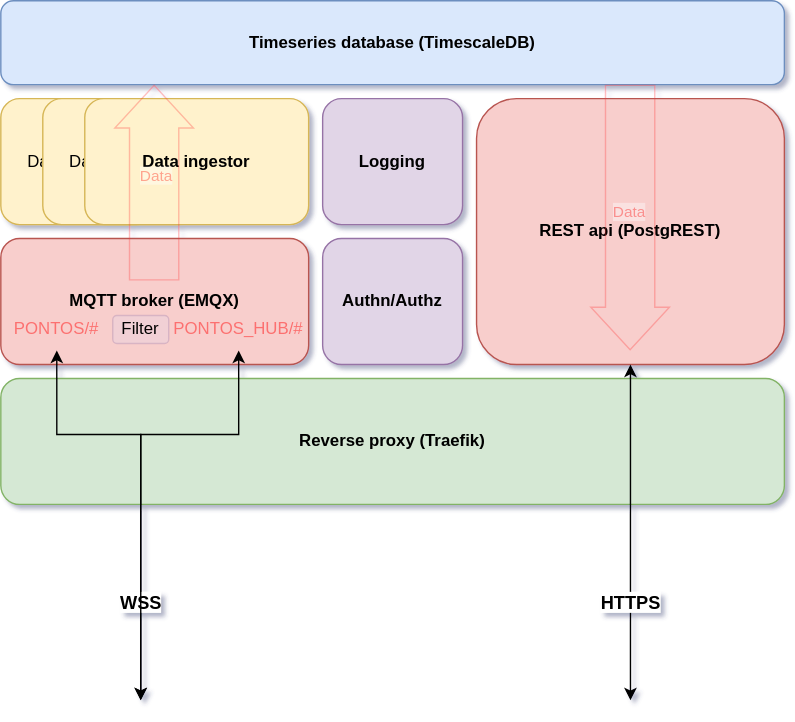
Before: pontos-hub.drawio.svg, a diagram exported from draw.io (MO-RISE/pontos-hub). Source tidied: cells renumbered, new cells last; positions are measured from the earlier drawing's top-left corner, leaving out a move shared by most shapes. The source it was exported from:
```xml
<mxGraphModel>
  <root>
    <mxCell id="0" />
    <mxCell id="1" parent="0" />
    <mxCell id="2" value="Data ingestor" style="rounded=1;whiteSpace=wrap;html=1;fillColor=#fff2cc;strokeColor=#d6b656;" parent="1" vertex="1">
      <mxGeometry y="70" width="110" height="90" as="geometry" />
    </mxCell>
    <mxCell id="3" value="&lt;b&gt;Reverse proxy (Traefik)&lt;/b&gt;" style="rounded=1;whiteSpace=wrap;html=1;fillColor=#d5e8d4;strokeColor=#82b366;" parent="1" vertex="1">
      <mxGeometry y="270" width="560" height="90" as="geometry" />
    </mxCell>
    <mxCell id="4" value="&lt;b&gt;Timeseries database (TimescaleDB)&lt;/b&gt;" style="rounded=1;whiteSpace=wrap;html=1;fillColor=#dae8fc;strokeColor=#6c8ebf;" parent="1" vertex="1">
      <mxGeometry width="560" height="60" as="geometry" />
    </mxCell>
    <mxCell id="5" value="&lt;b&gt;MQTT broker (EMQX)&lt;/b&gt;" style="rounded=1;whiteSpace=wrap;html=1;fillColor=#f8cecc;strokeColor=#b85450;" parent="1" vertex="1">
      <mxGeometry y="170" width="220" height="90" as="geometry" />
    </mxCell>
    <mxCell id="6" value="&lt;b&gt;REST api (PostgREST)&lt;/b&gt;" style="rounded=1;whiteSpace=wrap;html=1;fillColor=#f8cecc;strokeColor=#b85450;" parent="1" vertex="1">
      <mxGeometry x="340" y="70" width="220" height="190" as="geometry" />
    </mxCell>
    <mxCell id="7" value="Data ingestor" style="rounded=1;whiteSpace=wrap;html=1;fillColor=#fff2cc;strokeColor=#d6b656;" parent="1" vertex="1">
      <mxGeometry x="30" y="70" width="110" height="90" as="geometry" />
    </mxCell>
    <mxCell id="8" value="&lt;b&gt;Data ingestor&lt;/b&gt;" style="rounded=1;whiteSpace=wrap;html=1;fillColor=#fff2cc;strokeColor=#d6b656;" parent="1" vertex="1">
      <mxGeometry x="60" y="70" width="160" height="90" as="geometry" />
    </mxCell>
    <mxCell id="9" style="endArrow=classic;startArrow=classic;html=1;rounded=0;entryX=0.5;entryY=1;entryDx=0;entryDy=0;" parent="1" edge="1" target="20">
      <mxGeometry relative="1" as="geometry">
        <mxPoint x="100" y="500" as="sourcePoint" />
        <Array as="points">
          <mxPoint x="100" y="310" />
          <mxPoint x="40" y="310" />
        </Array>
      </mxGeometry>
    </mxCell>
    <mxCell id="10" value="&lt;b&gt;&lt;font style=&quot;font-size: 13px;&quot;&gt;WSS&lt;/font&gt;&lt;/b&gt;" style="edgeLabel;html=1;align=center;verticalAlign=middle;" parent="9" vertex="1">
      <mxGeometry x="-0.49" y="3" relative="1" as="geometry">
        <mxPoint x="3" y="9" as="offset" />
      </mxGeometry>
    </mxCell>
    <mxCell id="11" style="endArrow=classic;startArrow=classic;html=1;rounded=0;entryX=0.5;entryY=1;entryDx=0;entryDy=0;" parent="1" edge="1" target="6">
      <mxGeometry relative="1" as="geometry">
        <mxPoint x="450" y="500" as="sourcePoint" />
      </mxGeometry>
    </mxCell>
    <mxCell id="12" value="&lt;b&gt;&lt;font style=&quot;font-size: 13px;&quot;&gt;HTTPS&lt;/font&gt;&lt;/b&gt;" style="edgeLabel;html=1;align=center;verticalAlign=middle;" parent="11" vertex="1">
      <mxGeometry x="-0.34" y="2" relative="1" as="geometry">
        <mxPoint x="2" y="9" as="offset" />
      </mxGeometry>
    </mxCell>
    <mxCell id="13" value="&lt;b&gt;Authn/Authz&lt;/b&gt;" style="rounded=1;whiteSpace=wrap;html=1;fillColor=#e1d5e7;strokeColor=#9673a6;" parent="1" vertex="1">
      <mxGeometry x="230" y="170" width="100" height="90" as="geometry" />
    </mxCell>
    <mxCell id="14" style="shape=flexArrow;endArrow=classic;html=1;rounded=0;opacity=30;strokeColor=#FF3333;strokeWidth=1;endSize=9.821153846153846;startSize=6;width=35.19230769230769;" parent="1" edge="1">
      <mxGeometry relative="1" as="geometry">
        <mxPoint x="109.6" y="200" as="sourcePoint" />
        <mxPoint x="109.6" y="60" as="targetPoint" />
      </mxGeometry>
    </mxCell>
    <mxCell id="15" value="Data" style="edgeLabel;html=1;align=center;verticalAlign=middle;fontColor=#FF3333;textOpacity=40;" parent="14" vertex="1">
      <mxGeometry x="-0.42" y="-1" relative="1" as="geometry">
        <mxPoint y="-35" as="offset" />
      </mxGeometry>
    </mxCell>
    <mxCell id="16" style="shape=flexArrow;endArrow=classic;html=1;rounded=0;opacity=30;strokeColor=#FF3333;strokeWidth=1;endSize=9.821153846153846;startSize=6;width=35.19230769230769;" parent="1" edge="1">
      <mxGeometry relative="1" as="geometry">
        <mxPoint x="449.8" y="60" as="sourcePoint" />
        <mxPoint x="449.8" y="250" as="targetPoint" />
      </mxGeometry>
    </mxCell>
    <mxCell id="17" value="Data" style="edgeLabel;html=1;align=center;verticalAlign=middle;fontColor=#FF3333;textOpacity=40;" parent="16" vertex="1">
      <mxGeometry x="-0.42" y="-1" relative="1" as="geometry">
        <mxPoint y="35" as="offset" />
      </mxGeometry>
    </mxCell>
    <mxCell id="18" value="&lt;b&gt;Logging&lt;/b&gt;" style="rounded=1;whiteSpace=wrap;html=1;fillColor=#e1d5e7;strokeColor=#9673a6;" parent="1" vertex="1">
      <mxGeometry x="230" y="70" width="100" height="90" as="geometry" />
    </mxCell>
    <mxCell id="19" value="Filter" style="rounded=1;whiteSpace=wrap;html=1;fillColor=#e1d5e7;strokeColor=#9673a6;opacity=30;" parent="1" vertex="1">
      <mxGeometry x="80" y="225" width="40" height="20" as="geometry" />
    </mxCell>
    <mxCell id="20" value="PONTOS/#" style="text;html=1;strokeColor=none;fillColor=none;align=center;verticalAlign=middle;whiteSpace=wrap;rounded=0;fontColor=#FF3333;textOpacity=60;" parent="1" vertex="1">
      <mxGeometry x="10" y="220" width="60" height="30" as="geometry" />
    </mxCell>
    <mxCell id="21" value="PONTOS_HUB/#" style="text;html=1;strokeColor=none;fillColor=none;align=center;verticalAlign=middle;whiteSpace=wrap;rounded=0;fontColor=#FF3333;textOpacity=60;" parent="1" vertex="1">
      <mxGeometry x="140" y="220" width="60" height="30" as="geometry" />
    </mxCell>
    <mxCell id="22" style="endArrow=classic;startArrow=classic;html=1;rounded=0;entryX=0.5;entryY=1;entryDx=0;entryDy=0;" parent="1" edge="1" target="21">
      <mxGeometry relative="1" as="geometry">
        <mxPoint x="100" y="500" as="sourcePoint" />
        <Array as="points">
          <mxPoint x="100" y="310" />
          <mxPoint x="170" y="310" />
        </Array>
      </mxGeometry>
    </mxCell>
  </root>
</mxGraphModel>
```
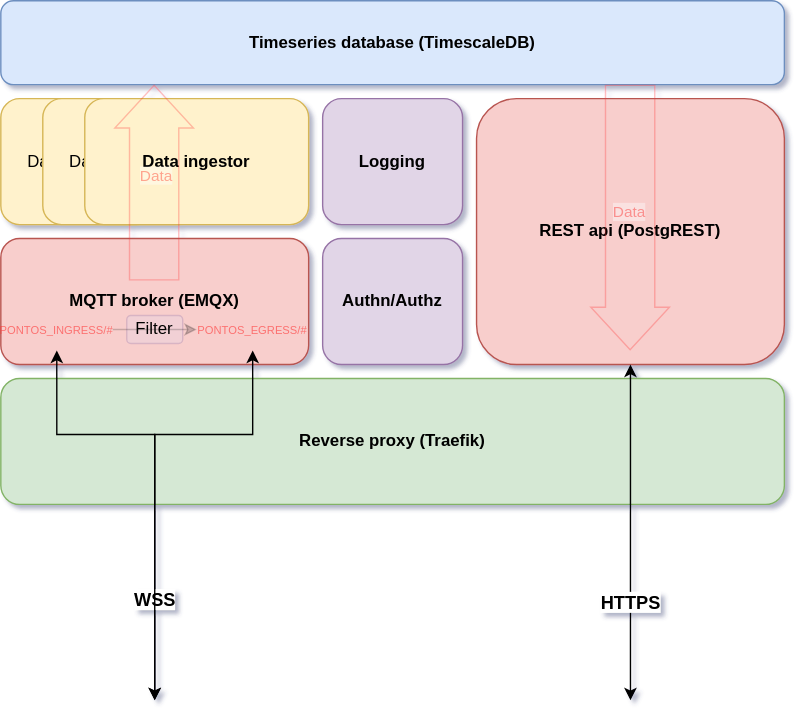
Above is the later version.

The edit, as a diff of the source:
```diff
@@ -25,9 +25,9 @@
     </mxCell>
     <mxCell id="9" style="endArrow=classic;startArrow=classic;html=1;rounded=0;entryX=0.5;entryY=1;entryDx=0;entryDy=0;" parent="1" edge="1" target="20">
       <mxGeometry relative="1" as="geometry">
-        <mxPoint x="100" y="500" as="sourcePoint" />
+        <mxPoint x="110" y="500" as="sourcePoint" />
         <Array as="points">
-          <mxPoint x="100" y="310" />
+          <mxPoint x="110" y="310" />
           <mxPoint x="40" y="310" />
         </Array>
       </mxGeometry>
@@ -76,20 +76,23 @@
       <mxGeometry x="230" y="70" width="100" height="90" as="geometry" />
     </mxCell>
     <mxCell id="19" value="Filter" style="rounded=1;whiteSpace=wrap;html=1;fillColor=#e1d5e7;strokeColor=#9673a6;opacity=30;" parent="1" vertex="1">
-      <mxGeometry x="80" y="225" width="40" height="20" as="geometry" />
+      <mxGeometry x="90" y="225" width="40" height="20" as="geometry" />
     </mxCell>
+    <mxCell id="23" style="edgeStyle=orthogonalEdgeStyle;rounded=0;jettySize=auto;html=1;exitX=1;exitY=0.5;exitDx=0;exitDy=0;entryX=0;entryY=0.5;entryDx=0;entryDy=0;opacity=20;" parent="1" edge="1" source="20" target="21">
+      <mxGeometry relative="1" as="geometry" />
+    </mxCell>
-    <mxCell id="20" value="PONTOS/#" style="text;html=1;strokeColor=none;fillColor=none;align=center;verticalAlign=middle;whiteSpace=wrap;rounded=0;fontColor=#FF3333;textOpacity=60;" parent="1" vertex="1">
-      <mxGeometry x="10" y="220" width="60" height="30" as="geometry" />
+    <mxCell id="20" value="&lt;font style=&quot;font-size: 8px;&quot;&gt;PONTOS_INGRESS/#&lt;/font&gt;" style="text;html=1;strokeColor=none;fillColor=none;align=center;verticalAlign=middle;whiteSpace=wrap;rounded=0;fontColor=#FF3333;textOpacity=60;" parent="1" vertex="1">
+      <mxGeometry y="220" width="80" height="30" as="geometry" />
     </mxCell>
-    <mxCell id="21" value="PONTOS_HUB/#" style="text;html=1;strokeColor=none;fillColor=none;align=center;verticalAlign=middle;whiteSpace=wrap;rounded=0;fontColor=#FF3333;textOpacity=60;" parent="1" vertex="1">
-      <mxGeometry x="140" y="220" width="60" height="30" as="geometry" />
+    <mxCell id="21" value="&lt;font style=&quot;font-size: 8px;&quot;&gt;PONTOS_EGRESS/#&lt;/font&gt;" style="text;html=1;strokeColor=none;fillColor=none;align=center;verticalAlign=middle;whiteSpace=wrap;rounded=0;fontColor=#FF3333;textOpacity=60;" parent="1" vertex="1">
+      <mxGeometry x="140" y="220" width="80" height="30" as="geometry" />
     </mxCell>
     <mxCell id="22" style="endArrow=classic;startArrow=classic;html=1;rounded=0;entryX=0.5;entryY=1;entryDx=0;entryDy=0;" parent="1" edge="1" target="21">
       <mxGeometry relative="1" as="geometry">
-        <mxPoint x="100" y="500" as="sourcePoint" />
+        <mxPoint x="110" y="500" as="sourcePoint" />
         <Array as="points">
-          <mxPoint x="100" y="310" />
-          <mxPoint x="170" y="310" />
+          <mxPoint x="110" y="310" />
+          <mxPoint x="180" y="310" />
         </Array>
       </mxGeometry>
     </mxCell>
```
